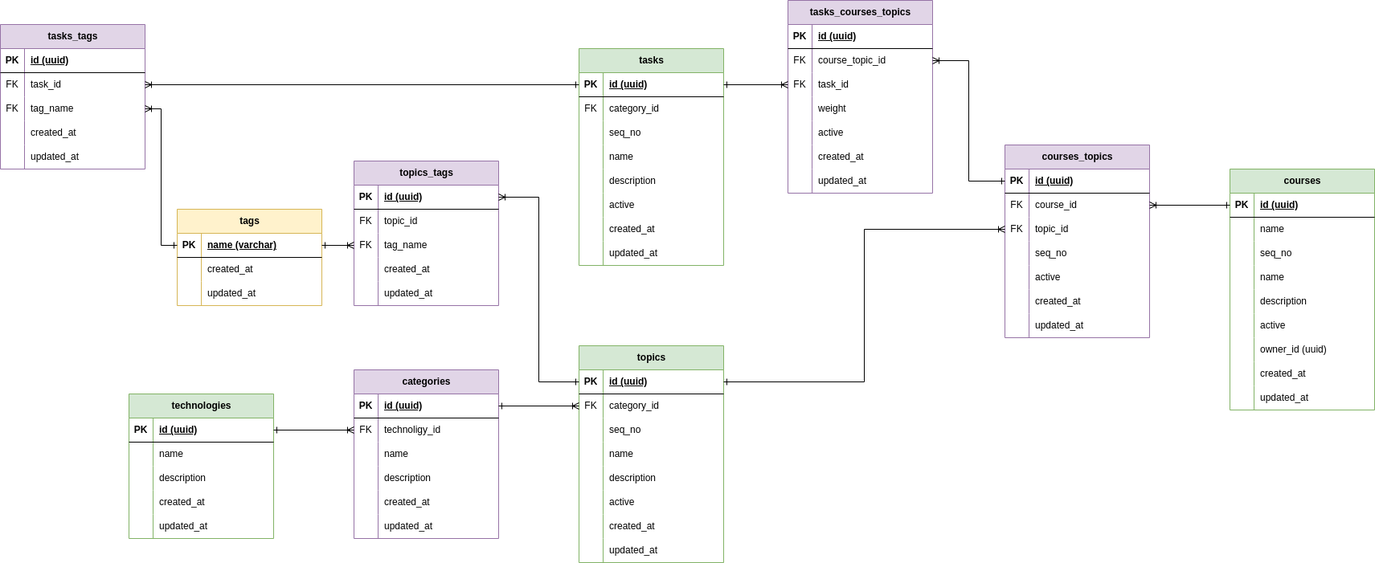
Earlier version of the draw.io export doc/database/courses_schema.png (YReshetko/it-learning-platform). Source tidied: cells renumbered, new cells last; positions are measured from the earlier drawing's top-left corner, leaving out a move shared by most shapes.
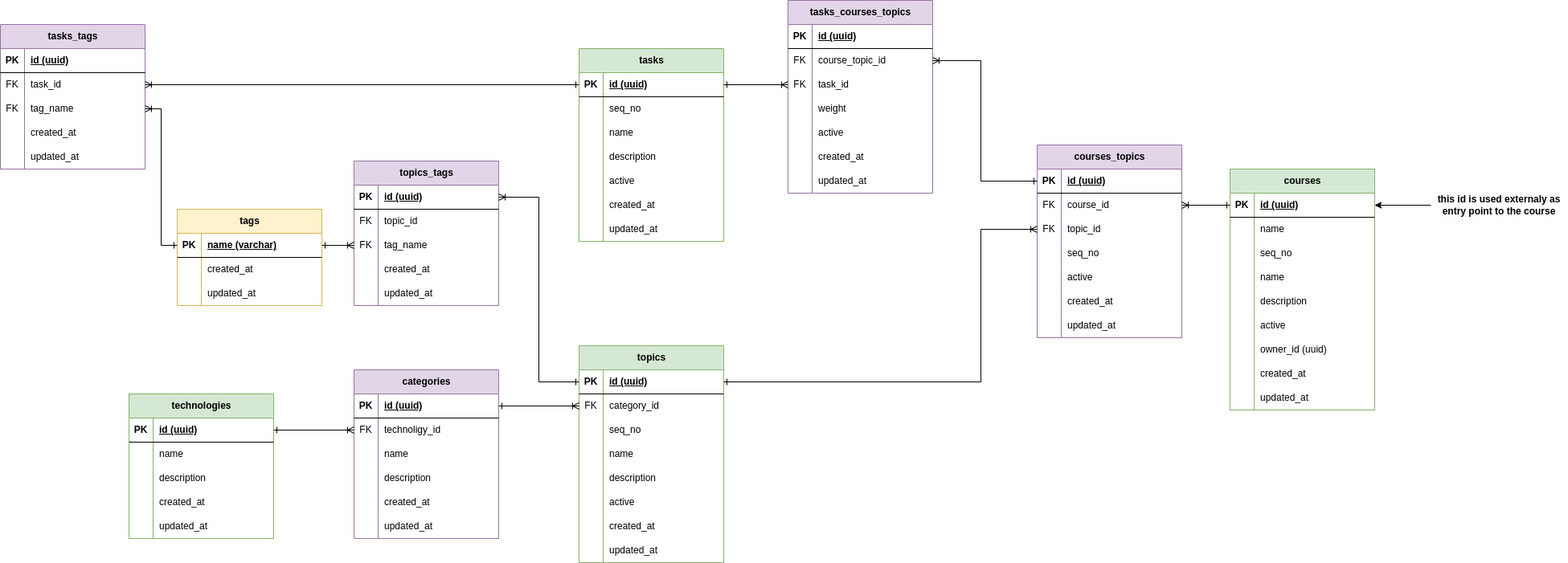
The same file after the commit.

Commit message:
Create courses db migration

Diff of the diagram source:
```diff
@@ -189,7 +189,7 @@
       <mxGeometry relative="1" as="geometry" />
     </mxCell>
     <mxCell id="64" value="tasks" style="shape=table;startSize=30;rowLines=0;fontStyle=1;align=center;html=1;fillColor=#d5e8d4;strokeColor=#82b366;" parent="1" vertex="1">
-      <mxGeometry x="720" y="60" width="180" height="270" as="geometry" />
+      <mxGeometry x="720" y="60" width="180" height="240" as="geometry" />
     </mxCell>
     <mxCell id="65" style="shape=tableRow;horizontal=0;startSize=0;swimlaneHead=0;swimlaneBody=0;fillColor=none;points=[[0,0.5],[1,0.5]];portConstraint=eastwest;top=0;left=0;right=0;bottom=1;" parent="64" vertex="1">
       <mxGeometry y="30" width="180" height="30" as="geometry" />
@@ -200,17 +200,8 @@
     <mxCell id="67" value="id (uuid)" style="shape=partialRectangle;fillColor=none;top=0;left=0;bottom=0;right=0;align=left;spacingLeft=6;fontStyle=5;overflow=hidden;whiteSpace=wrap;html=1;" parent="65" vertex="1">
       <mxGeometry x="30" width="150" height="30" as="geometry" />
     </mxCell>
-    <mxCell id="68" style="shape=tableRow;horizontal=0;startSize=0;swimlaneHead=0;swimlaneBody=0;fillColor=none;top=0;left=0;right=0;bottom=0;" parent="64" vertex="1">
-      <mxGeometry y="60" width="180" height="30" as="geometry" />
-    </mxCell>
-    <mxCell id="69" value="FK" style="shape=partialRectangle;fillColor=none;top=0;left=0;bottom=0;right=0;overflow=hidden;whiteSpace=wrap;html=1;" parent="68" vertex="1">
-      <mxGeometry width="30" height="30" as="geometry" />
-    </mxCell>
-    <mxCell id="70" value="category_id" style="shape=partialRectangle;fillColor=none;top=0;left=0;bottom=0;right=0;align=left;spacingLeft=6;overflow=hidden;whiteSpace=wrap;html=1;" parent="68" vertex="1">
-      <mxGeometry x="30" width="150" height="30" as="geometry" />
-    </mxCell>
     <mxCell id="71" style="shape=tableRow;horizontal=0;startSize=0;swimlaneHead=0;swimlaneBody=0;fillColor=none;top=0;left=0;right=0;bottom=0;" parent="64" vertex="1">
-      <mxGeometry y="90" width="180" height="30" as="geometry" />
+      <mxGeometry y="60" width="180" height="30" as="geometry" />
     </mxCell>
     <mxCell id="72" style="shape=partialRectangle;fillColor=none;top=0;left=0;bottom=0;right=0;overflow=hidden;whiteSpace=wrap;html=1;" parent="71" vertex="1">
       <mxGeometry width="30" height="30" as="geometry" />
@@ -219,7 +210,7 @@
       <mxGeometry x="30" width="150" height="30" as="geometry" />
     </mxCell>
     <mxCell id="74" style="shape=tableRow;horizontal=0;startSize=0;swimlaneHead=0;swimlaneBody=0;fillColor=none;top=0;left=0;right=0;bottom=0;" parent="64" vertex="1">
-      <mxGeometry y="120" width="180" height="30" as="geometry" />
+      <mxGeometry y="90" width="180" height="30" as="geometry" />
     </mxCell>
     <mxCell id="75" style="shape=partialRectangle;fillColor=none;top=0;left=0;bottom=0;right=0;overflow=hidden;whiteSpace=wrap;html=1;" parent="74" vertex="1">
       <mxGeometry width="30" height="30" as="geometry" />
@@ -228,7 +219,7 @@
       <mxGeometry x="30" width="150" height="30" as="geometry" />
     </mxCell>
     <mxCell id="77" style="shape=tableRow;horizontal=0;startSize=0;swimlaneHead=0;swimlaneBody=0;fillColor=none;top=0;left=0;right=0;bottom=0;" parent="64" vertex="1">
-      <mxGeometry y="150" width="180" height="30" as="geometry" />
+      <mxGeometry y="120" width="180" height="30" as="geometry" />
     </mxCell>
     <mxCell id="78" style="shape=partialRectangle;fillColor=none;top=0;left=0;bottom=0;right=0;overflow=hidden;whiteSpace=wrap;html=1;" parent="77" vertex="1">
       <mxGeometry width="30" height="30" as="geometry" />
@@ -237,7 +228,7 @@
       <mxGeometry x="30" width="150" height="30" as="geometry" />
     </mxCell>
     <mxCell id="80" style="shape=tableRow;horizontal=0;startSize=0;swimlaneHead=0;swimlaneBody=0;fillColor=none;top=0;left=0;right=0;bottom=0;" parent="64" vertex="1">
-      <mxGeometry y="180" width="180" height="30" as="geometry" />
+      <mxGeometry y="150" width="180" height="30" as="geometry" />
     </mxCell>
     <mxCell id="81" style="shape=partialRectangle;fillColor=none;top=0;left=0;bottom=0;right=0;overflow=hidden;whiteSpace=wrap;html=1;" parent="80" vertex="1">
       <mxGeometry width="30" height="30" as="geometry" />
@@ -246,7 +237,7 @@
       <mxGeometry x="30" width="150" height="30" as="geometry" />
     </mxCell>
     <mxCell id="83" style="shape=tableRow;horizontal=0;startSize=0;swimlaneHead=0;swimlaneBody=0;fillColor=none;top=0;left=0;right=0;bottom=0;" parent="64" vertex="1">
-      <mxGeometry y="210" width="180" height="30" as="geometry" />
+      <mxGeometry y="180" width="180" height="30" as="geometry" />
     </mxCell>
     <mxCell id="84" style="shape=partialRectangle;fillColor=none;top=0;left=0;bottom=0;right=0;overflow=hidden;whiteSpace=wrap;html=1;" parent="83" vertex="1">
       <mxGeometry width="30" height="30" as="geometry" />
@@ -255,7 +246,7 @@
       <mxGeometry x="30" width="150" height="30" as="geometry" />
     </mxCell>
     <mxCell id="86" style="shape=tableRow;horizontal=0;startSize=0;swimlaneHead=0;swimlaneBody=0;fillColor=none;top=0;left=0;right=0;bottom=0;" parent="64" vertex="1">
-      <mxGeometry y="240" width="180" height="30" as="geometry" />
+      <mxGeometry y="210" width="180" height="30" as="geometry" />
     </mxCell>
     <mxCell id="87" style="shape=partialRectangle;fillColor=none;top=0;left=0;bottom=0;right=0;overflow=hidden;whiteSpace=wrap;html=1;" parent="86" vertex="1">
       <mxGeometry width="30" height="30" as="geometry" />
@@ -486,7 +477,7 @@
       <mxGeometry x="30" width="150" height="30" as="geometry" />
     </mxCell>
     <mxCell id="163" value="courses_topics" style="shape=table;startSize=30;rowLines=0;fontStyle=1;align=center;html=1;fillColor=#e1d5e7;strokeColor=#9673a6;" parent="1" vertex="1">
-      <mxGeometry x="1250" y="180" width="180" height="240" as="geometry" />
+      <mxGeometry x="1290" y="180" width="180" height="240" as="geometry" />
     </mxCell>
     <mxCell id="164" style="shape=tableRow;horizontal=0;startSize=0;swimlaneHead=0;swimlaneBody=0;fillColor=none;points=[[0,0.5],[1,0.5]];portConstraint=eastwest;top=0;left=0;right=0;bottom=1;" parent="163" vertex="1">
       <mxGeometry y="30" width="180" height="30" as="geometry" />
@@ -555,7 +546,12 @@
       <mxGeometry relative="1" as="geometry" />
     </mxCell>
     <mxCell id="186" style="edgeStyle=orthogonalEdgeStyle;rounded=0;jettySize=auto;html=1;startArrow=ERoneToMany;startFill=0;endArrow=ERone;endFill=0;" parent="1" edge="1" source="170" target="19">
-      <mxGeometry relative="1" as="geometry" />
+      <mxGeometry relative="1" as="geometry">
+        <Array as="points">
+          <mxPoint x="1220" y="285" />
+          <mxPoint x="1220" y="475" />
+        </Array>
+      </mxGeometry>
     </mxCell>
     <mxCell id="187" value="tasks_courses_topics" style="shape=table;startSize=30;rowLines=0;fontStyle=1;align=center;html=1;fillColor=#e1d5e7;strokeColor=#9673a6;" parent="1" vertex="1">
       <mxGeometry x="980" width="180" height="240" as="geometry" />
@@ -624,10 +620,21 @@
       <mxGeometry x="30" width="150" height="30" as="geometry" />
     </mxCell>
     <mxCell id="209" style="edgeStyle=orthogonalEdgeStyle;rounded=0;jettySize=auto;html=1;startArrow=ERoneToMany;startFill=0;endArrow=ERone;endFill=0;" parent="1" edge="1" source="191" target="164">
-      <mxGeometry relative="1" as="geometry" />
+      <mxGeometry relative="1" as="geometry">
+        <Array as="points">
+          <mxPoint x="1220" y="75" />
+          <mxPoint x="1220" y="225" />
+        </Array>
+      </mxGeometry>
     </mxCell>
     <mxCell id="210" style="edgeStyle=orthogonalEdgeStyle;rounded=0;jettySize=auto;html=1;exitX=0;exitY=0.5;exitDx=0;exitDy=0;entryX=1;entryY=0.5;entryDx=0;entryDy=0;startArrow=ERoneToMany;startFill=0;endArrow=ERone;endFill=0;" parent="1" edge="1" source="194" target="65">
       <mxGeometry relative="1" as="geometry" />
     </mxCell>
+    <mxCell id="211" style="edgeStyle=orthogonalEdgeStyle;rounded=0;jettySize=auto;html=1;exitX=0;exitY=0.5;exitDx=0;exitDy=0;entryX=1;entryY=0.5;entryDx=0;entryDy=0;" parent="1" edge="1" source="212" target="136">
+      <mxGeometry relative="1" as="geometry" />
+    </mxCell>
+    <mxCell id="212" value="this id is used externaly as entry point to the course" style="text;html=1;strokeColor=none;fillColor=none;align=center;verticalAlign=middle;whiteSpace=wrap;rounded=0;fontStyle=1;" parent="1" vertex="1">
+      <mxGeometry x="1780" y="240" width="170" height="30" as="geometry" />
+    </mxCell>
   </root>
 </mxGraphModel>
```
